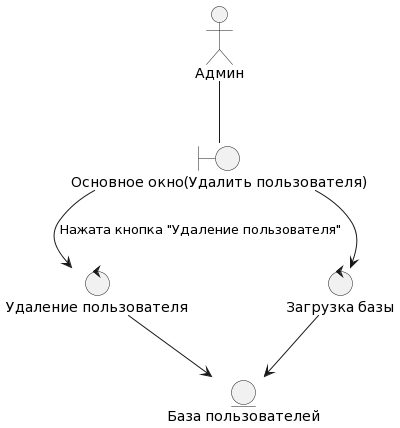
striction10/MDKP keeps this PlantUML diagram as Diagrams/Diagrams_charts/admin_delete_user/admin_delete_user.png. Above is the earlier version.
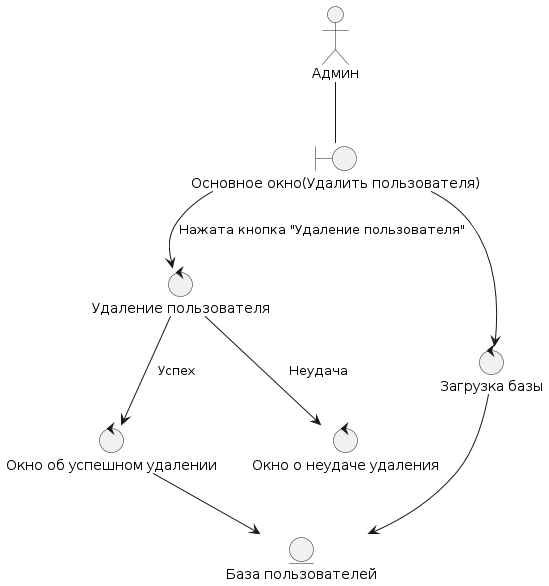
Later version of the same file.

What changed in the source:
```diff
@@ -4,13 +4,17 @@
 boundary "Основное окно(Удалить пользователя)" as MainWindow
 
 control "Удаление пользователя" as DeleteUser
+control "Окно об успешном удалении" as SuccessDeleteUser
+control "Окно о неудаче удаления" as UnsuccessDeleteUser
 control "Загрузка базы" as DatabaseLoad
 
 entity "База пользователей" as DatabaseUser
 
 MainWindow --> DeleteUser : "Нажата кнопка "Удаление пользователя""
 MainWindow --> DatabaseLoad
-DeleteUser --> DatabaseUser
+DeleteUser --> SuccessDeleteUser : "Успех"
+DeleteUser --> UnsuccessDeleteUser : "Неудача"
+SuccessDeleteUser --> DatabaseUser
 DatabaseLoad --> DatabaseUser
 
 Admin -- MainWindow
```
